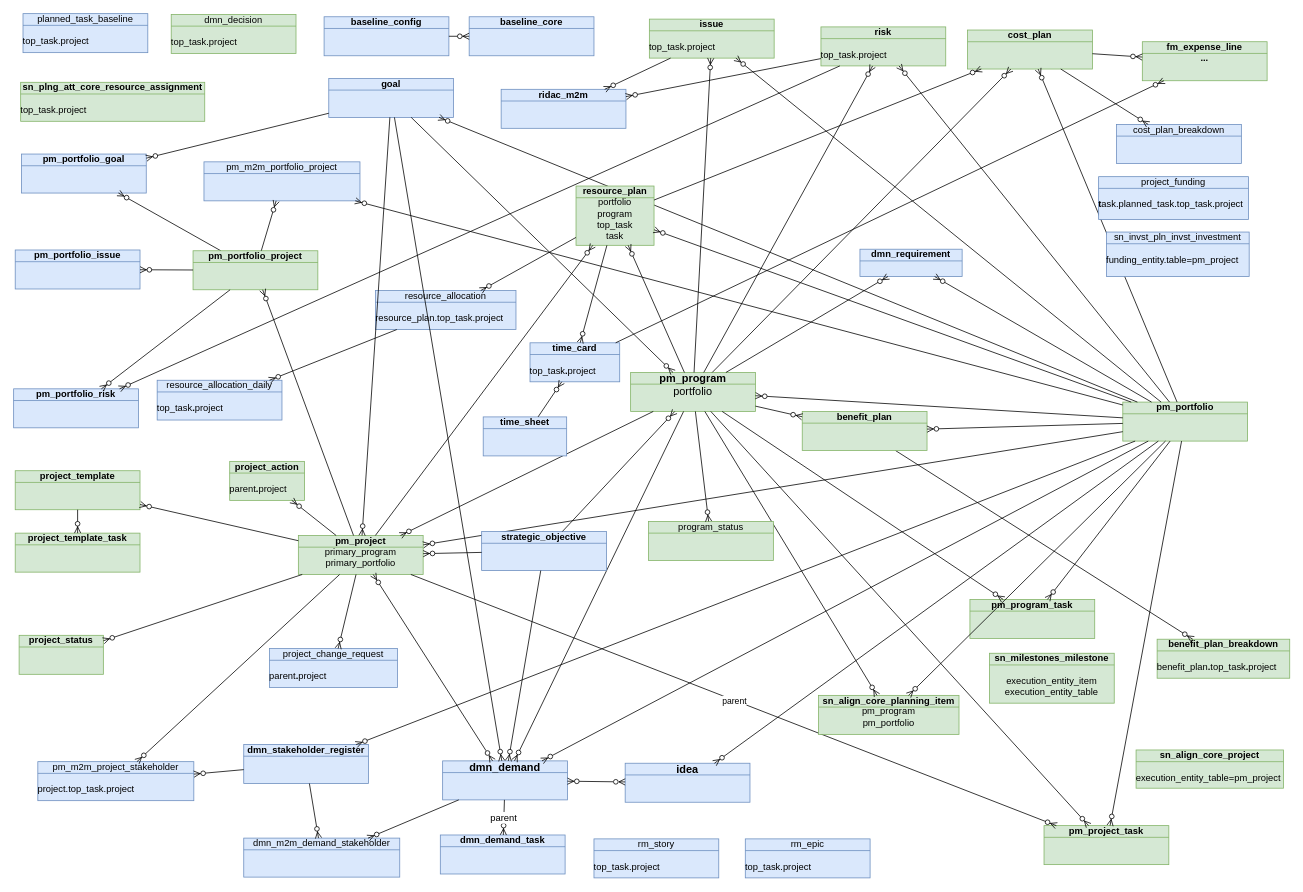
This is page "allTables" (3 of 20) of Sar.drawio from algimas/tmp, a draw.io file, before an edit. Source tidied: cells renumbered, new cells numbered last; positions are measured from the earlier drawing's top-left corner, leaving out a move shared by most shapes. Both pictures are drawn from the tidied source at 78%, with x=0, y=0 at pixel (13, 13).
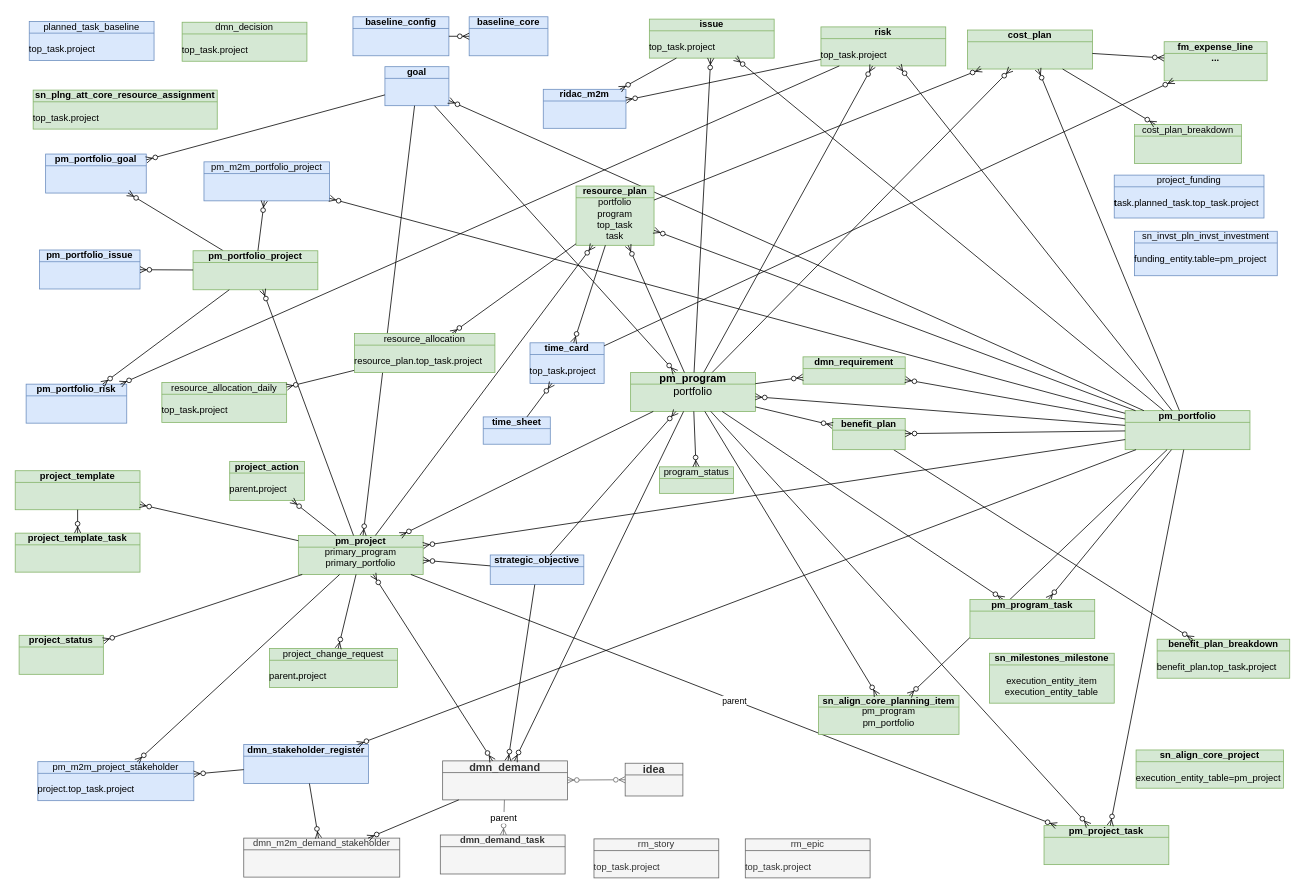
The same page after the edit.

Diff of the diagram source:
```diff
@@
     <mxCell id="2" value="&lt;div&gt;sn_plng_att_core_resource_assignment&lt;/div&gt;&lt;div&gt;&lt;br&gt;&lt;/div&gt;&lt;div align=&quot;left&quot;&gt;&lt;span style=&quot;font-weight: normal;&quot;&gt;top_task.&lt;/span&gt;&lt;span style=&quot;font-weight: normal;&quot;&gt;project&lt;/span&gt;&lt;/div&gt;" style="html=1;whiteSpace=wrap;fillColor=#d5e8d4;shape=mxgraph.archimate3.businessObject;overflow=fill;strokeColor=#82b366;fontStyle=1;" parent="1" vertex="1">
-      <mxGeometry x="9" y="88" width="236" height="50" as="geometry" />
+      <mxGeometry x="25" y="98" width="236" height="50" as="geometry" />
     </mxCell>
@@
-    <mxCell id="5" value="&lt;div&gt;&lt;span style=&quot;font-weight: normal;&quot;&gt;resource_allocation_daily&lt;/span&gt;&lt;/div&gt;&lt;div&gt;&lt;br&gt;&lt;/div&gt;&lt;div align=&quot;left&quot;&gt;&lt;span style=&quot;font-weight: normal;&quot;&gt;top_task&lt;/span&gt;.&lt;span style=&quot;font-weight: normal;&quot;&gt;project&lt;/span&gt;&lt;/div&gt;" style="html=1;outlineConnect=0;whiteSpace=wrap;fillColor=#dae8fc;shape=mxgraph.archimate3.businessObject;overflow=fill;strokeColor=#6c8ebf;fontStyle=1;" parent="1" vertex="1">
-      <mxGeometry x="184" y="470" width="160" height="51" as="geometry" />
+    <mxCell id="5" value="&lt;div&gt;&lt;span style=&quot;font-weight: normal;&quot;&gt;resource_allocation_daily&lt;/span&gt;&lt;/div&gt;&lt;div&gt;&lt;br&gt;&lt;/div&gt;&lt;div align=&quot;left&quot;&gt;&lt;span style=&quot;font-weight: normal;&quot;&gt;top_task&lt;/span&gt;.&lt;span style=&quot;font-weight: normal;&quot;&gt;project&lt;/span&gt;&lt;/div&gt;" style="html=1;outlineConnect=0;whiteSpace=wrap;fillColor=#d5e8d4;shape=mxgraph.archimate3.businessObject;overflow=fill;strokeColor=#82b366;fontStyle=1;" parent="1" vertex="1">
+      <mxGeometry x="190" y="473" width="160" height="51" as="geometry" />
     </mxCell>
-    <mxCell id="6" value="&lt;div&gt;&lt;span style=&quot;font-weight: normal;&quot;&gt;resource_allocation&lt;/span&gt;&lt;/div&gt;&lt;div&gt;&lt;br&gt;&lt;/div&gt;&lt;div align=&quot;left&quot;&gt;&lt;span style=&quot;font-weight: normal;&quot;&gt;resource_plan.top_task.&lt;/span&gt;&lt;span style=&quot;font-weight: normal;&quot;&gt;project&lt;/span&gt;&lt;/div&gt;" style="html=1;outlineConnect=0;whiteSpace=wrap;fillColor=#dae8fc;shape=mxgraph.archimate3.businessObject;overflow=fill;strokeColor=#6c8ebf;fontStyle=1;" parent="1" vertex="1">
-      <mxGeometry x="464" y="355" width="180" height="50" as="geometry" />
-    </mxCell>
     <mxCell id="7" value="pm_portfolio_goal" style="html=1;outlineConnect=0;whiteSpace=wrap;fillColor=#dae8fc;shape=mxgraph.archimate3.businessObject;overflow=fill;strokeColor=#6c8ebf;fontStyle=1;" parent="1" vertex="1">
-      <mxGeometry x="10" y="180" width="160" height="50" as="geometry" />
+      <mxGeometry x="41" y="180" width="129" height="50" as="geometry" />
     </mxCell>
@@
-    <mxCell id="12" value="dmn_demand" style="html=1;outlineConnect=0;whiteSpace=wrap;fillColor=#dae8fc;shape=mxgraph.archimate3.businessObject;overflow=fill;strokeColor=#6c8ebf;fontStyle=1;fontSize=14;" parent="1" vertex="1">
+    <mxCell id="12" value="dmn_demand" style="html=1;outlineConnect=0;whiteSpace=wrap;fillColor=#f5f5f5;shape=mxgraph.archimate3.businessObject;overflow=fill;strokeColor=#666666;fontStyle=1;fontSize=14;fontColor=#333333;" parent="1" vertex="1">
       <mxGeometry x="550" y="958" width="160" height="50" as="geometry" />
     </mxCell>
-    <mxCell id="13" value="pm_program_task" style="html=1;outlineConnect=0;whiteSpace=wrap;fillColor=#d5e8d4;shape=mxgraph.archimate3.businessObject;overflow=fill;strokeColor=#82b366;fontStyle=1;" parent="1" vertex="1">
-      <mxGeometry x="1226" y="751" width="160" height="50" as="geometry" />
-    </mxCell>
     <mxCell id="14" value="&lt;span&gt;pm_portfolio&lt;/span&gt;" style="html=1;outlineConnect=0;whiteSpace=wrap;fillColor=#d5e8d4;shape=mxgraph.archimate3.businessObject;overflow=fill;strokeColor=#82b366;fontStyle=1;" parent="1" vertex="1">
-      <mxGeometry x="1422" y="498" width="160" height="50" as="geometry" />
+      <mxGeometry x="1425" y="509" width="160" height="50" as="geometry" />
     </mxCell>
@@
     <mxCell id="18" value="pm_portfolio_issue" style="html=1;outlineConnect=0;whiteSpace=wrap;fillColor=#dae8fc;shape=mxgraph.archimate3.businessObject;overflow=fill;strokeColor=#6c8ebf;fontStyle=1;" parent="1" vertex="1">
-      <mxGeometry x="2" y="303" width="160" height="50" as="geometry" />
+      <mxGeometry x="33" y="303" width="129" height="50" as="geometry" />
     </mxCell>
@@
-    <mxCell id="23" value="dmn_demand_task" style="html=1;outlineConnect=0;whiteSpace=wrap;fillColor=#dae8fc;shape=mxgraph.archimate3.businessObject;overflow=fill;strokeColor=#6c8ebf;fontStyle=1;" parent="1" vertex="1">
+    <mxCell id="23" value="dmn_demand_task" style="html=1;outlineConnect=0;whiteSpace=wrap;fillColor=#f5f5f5;shape=mxgraph.archimate3.businessObject;overflow=fill;strokeColor=#666666;fontStyle=1;fontColor=#333333;" parent="1" vertex="1">
       <mxGeometry x="547" y="1053" width="160" height="50" as="geometry" />
     </mxCell>
-    <mxCell id="24" value="parent" style="fontSize=12;html=1;endArrow=ERzeroToMany;endFill=1;rounded=0;" parent="1" edge="1" source="12" target="23">
+    <mxCell id="24" value="parent" style="fontSize=12;html=1;endArrow=ERzeroToMany;endFill=1;rounded=0;fillColor=#f5f5f5;strokeColor=#666666;" parent="1" edge="1" source="12" target="23">
       <mxGeometry relative="1" as="geometry" />
     </mxCell>
@@
-    <mxCell id="27" value="idea" style="html=1;outlineConnect=0;whiteSpace=wrap;fillColor=#dae8fc;shape=mxgraph.archimate3.businessObject;overflow=fill;strokeColor=#6c8ebf;fontStyle=1;fontSize=14;" parent="1" vertex="1">
-      <mxGeometry x="784" y="961" width="160" height="50" as="geometry" />
+    <mxCell id="27" value="idea" style="html=1;outlineConnect=0;whiteSpace=wrap;fillColor=#f5f5f5;shape=mxgraph.archimate3.businessObject;overflow=fill;strokeColor=#666666;fontStyle=1;fontSize=14;fontColor=#333333;" parent="1" vertex="1">
+      <mxGeometry x="784" y="961" width="74" height="42" as="geometry" />
     </mxCell>
-    <mxCell id="28" style="fontSize=12;html=1;endArrow=ERzeroToMany;endFill=1;rounded=0;startArrow=ERzeroToMany;startFill=0;" parent="1" edge="1" source="27" target="12">
+    <mxCell id="28" style="fontSize=12;html=1;endArrow=ERzeroToMany;endFill=1;rounded=0;startArrow=ERzeroToMany;startFill=0;fillColor=#f5f5f5;strokeColor=#666666;" parent="1" edge="1" source="27" target="12">
       <mxGeometry relative="1" as="geometry" />
     </mxCell>
@@
     <mxCell id="31" value="pm_portfolio_risk" style="html=1;outlineConnect=0;whiteSpace=wrap;fillColor=#dae8fc;shape=mxgraph.archimate3.businessObject;overflow=fill;strokeColor=#6c8ebf;fontStyle=1;" parent="1" vertex="1">
-      <mxGeometry y="481" width="160" height="50" as="geometry" />
+      <mxGeometry x="16" y="475" width="129" height="50" as="geometry" />
     </mxCell>
@@
-    <mxCell id="38" style="fontSize=12;html=1;endArrow=ERzeroToMany;endFill=1;rounded=0;" parent="1" edge="1" source="14" target="12">
-      <mxGeometry relative="1" as="geometry" />
-    </mxCell>
     <mxCell id="39" value="goal" style="html=1;outlineConnect=0;whiteSpace=wrap;fillColor=#dae8fc;shape=mxgraph.archimate3.businessObject;overflow=fill;strokeColor=#6c8ebf;fontStyle=1;" parent="1" vertex="1">
-      <mxGeometry x="404" y="83" width="160" height="50" as="geometry" />
+      <mxGeometry x="476" y="68" width="82" height="50" as="geometry" />
     </mxCell>
-    <mxCell id="40" style="fontSize=12;html=1;endArrow=ERzeroToMany;endFill=1;rounded=0;" parent="1" edge="1" source="39" target="12">
-      <mxGeometry relative="1" as="geometry" />
-    </mxCell>
@@
-    <mxCell id="45" style="fontSize=12;html=1;endArrow=ERzeroToMany;endFill=1;rounded=0;" parent="1" edge="1" source="14" target="27">
-      <mxGeometry relative="1" as="geometry" />
-    </mxCell>
@@
-    <mxCell id="58" value="dmn_m2m_demand_stakeholder" style="html=1;outlineConnect=0;whiteSpace=wrap;fillColor=#dae8fc;shape=mxgraph.archimate3.businessObject;overflow=fill;strokeColor=#6c8ebf;" parent="1" vertex="1">
+    <mxCell id="58" value="dmn_m2m_demand_stakeholder" style="html=1;outlineConnect=0;whiteSpace=wrap;fillColor=#f5f5f5;shape=mxgraph.archimate3.businessObject;overflow=fill;strokeColor=#666666;fontColor=#333333;" parent="1" vertex="1">
       <mxGeometry x="295" y="1057" width="200" height="50" as="geometry" />
     </mxCell>
@@
     <mxCell id="67" value="pm_m2m_portfolio_project" style="html=1;outlineConnect=0;whiteSpace=wrap;fillColor=#dae8fc;shape=mxgraph.archimate3.businessObject;overflow=fill;strokeColor=#6c8ebf;" parent="1" vertex="1">
-      <mxGeometry x="244" y="190" width="200" height="50" as="geometry" />
+      <mxGeometry x="244" y="190" width="161" height="50" as="geometry" />
     </mxCell>
@@
     <mxCell id="71" value="ridac_m2m" style="html=1;outlineConnect=0;whiteSpace=wrap;fillColor=#dae8fc;shape=mxgraph.archimate3.businessObject;overflow=fill;strokeColor=#6c8ebf;fontStyle=1;" parent="1" vertex="1">
-      <mxGeometry x="625" y="97" width="160" height="50" as="geometry" />
+      <mxGeometry x="679" y="97" width="106" height="50" as="geometry" />
     </mxCell>
@@
     <mxCell id="74" value="&lt;div&gt;fm_expense_line&lt;/div&gt;&lt;div&gt;...&lt;/div&gt;" style="html=1;outlineConnect=0;whiteSpace=wrap;fillColor=#d5e8d4;shape=mxgraph.archimate3.businessObject;overflow=fill;strokeColor=#82b366;fontStyle=1;" parent="1" vertex="1">
-      <mxGeometry x="1447" y="36" width="160" height="50" as="geometry" />
+      <mxGeometry x="1475" y="36" width="132" height="50" as="geometry" />
     </mxCell>
-    <mxCell id="75" value="cost_plan_breakdown" style="html=1;outlineConnect=0;whiteSpace=wrap;fillColor=#dae8fc;shape=mxgraph.archimate3.businessObject;overflow=fill;strokeColor=#6c8ebf;" parent="1" vertex="1">
-      <mxGeometry x="1414" y="142" width="160" height="50" as="geometry" />
+    <mxCell id="75" value="cost_plan_breakdown" style="html=1;outlineConnect=0;whiteSpace=wrap;fillColor=#d5e8d4;shape=mxgraph.archimate3.businessObject;overflow=fill;strokeColor=#82b366;" parent="1" vertex="1">
+      <mxGeometry x="1437" y="142" width="137" height="50" as="geometry" />
     </mxCell>
@@
-    <mxCell id="78" value="dmn_requirement" style="html=1;outlineConnect=0;whiteSpace=wrap;fillColor=#dae8fc;shape=mxgraph.archimate3.businessObject;overflow=fill;strokeColor=#6c8ebf;fontStyle=1;" parent="1" vertex="1">
-      <mxGeometry x="1085" y="302" width="131" height="35" as="geometry" />
+    <mxCell id="78" value="dmn_requirement" style="html=1;outlineConnect=0;whiteSpace=wrap;fillColor=#d5e8d4;shape=mxgraph.archimate3.businessObject;overflow=fill;strokeColor=#82b366;fontStyle=1;" parent="1" vertex="1">
+      <mxGeometry x="1012" y="440" width="131" height="35" as="geometry" />
     </mxCell>
@@
     <mxCell id="86" value="&lt;div&gt;time_card&lt;/div&gt;&lt;div&gt;&lt;br&gt;&lt;/div&gt;&lt;div&gt;&lt;div align=&quot;left&quot;&gt;&lt;span style=&quot;font-weight: normal;&quot;&gt;top_task&lt;/span&gt;.&lt;span style=&quot;font-weight: normal;&quot;&gt;project&lt;/span&gt;&lt;/div&gt;&lt;br&gt;&lt;/div&gt;" style="html=1;outlineConnect=0;whiteSpace=wrap;fillColor=#dae8fc;shape=mxgraph.archimate3.businessObject;overflow=fill;strokeColor=#6c8ebf;fontStyle=1;" parent="1" vertex="1">
-      <mxGeometry x="662" y="422" width="115" height="50" as="geometry" />
+      <mxGeometry x="662" y="422" width="95" height="52" as="geometry" />
     </mxCell>
@@
     <mxCell id="91" value="time_sheet" style="html=1;outlineConnect=0;whiteSpace=wrap;fillColor=#dae8fc;shape=mxgraph.archimate3.businessObject;overflow=fill;strokeColor=#6c8ebf;fontStyle=1;" parent="1" vertex="1">
-      <mxGeometry x="602" y="517" width="107" height="50" as="geometry" />
+      <mxGeometry x="602" y="517" width="86" height="35" as="geometry" />
     </mxCell>
@@
     <mxCell id="93" value="benefit_plan" style="html=1;outlineConnect=0;whiteSpace=wrap;fillColor=#d5e8d4;shape=mxgraph.archimate3.businessObject;overflow=fill;strokeColor=#82b366;fontStyle=1;" parent="1" vertex="1">
-      <mxGeometry x="1011" y="510" width="160" height="50" as="geometry" />
+      <mxGeometry x="1050" y="519" width="93" height="40" as="geometry" />
     </mxCell>
@@
     <mxCell id="96" value="baseline_core" style="html=1;outlineConnect=0;whiteSpace=wrap;fillColor=#dae8fc;shape=mxgraph.archimate3.businessObject;overflow=fill;strokeColor=#6c8ebf;fontStyle=1;" parent="1" vertex="1">
-      <mxGeometry x="584" y="4" width="160" height="50" as="geometry" />
+      <mxGeometry x="584" y="4" width="101" height="50" as="geometry" />
     </mxCell>
     <mxCell id="97" value="baseline_config" style="html=1;outlineConnect=0;whiteSpace=wrap;fillColor=#dae8fc;shape=mxgraph.archimate3.businessObject;overflow=fill;strokeColor=#6c8ebf;fontStyle=1;" parent="1" vertex="1">
-      <mxGeometry x="398" y="4" width="160" height="50" as="geometry" />
+      <mxGeometry x="435" y="4" width="123" height="50" as="geometry" />
     </mxCell>
@@
     <mxCell id="99" value="strategic_objective" style="html=1;outlineConnect=0;whiteSpace=wrap;fillColor=#dae8fc;shape=mxgraph.archimate3.businessObject;overflow=fill;strokeColor=#6c8ebf;fontStyle=1;" parent="1" vertex="1">
-      <mxGeometry x="600" y="664" width="160" height="50" as="geometry" />
+      <mxGeometry x="611" y="694" width="120" height="38" as="geometry" />
     </mxCell>
@@
     <mxCell id="103" value="program_status" style="html=1;outlineConnect=0;whiteSpace=wrap;fillColor=#d5e8d4;shape=mxgraph.archimate3.businessObject;overflow=fill;strokeColor=#82b366;fontStyle=0;" parent="1" vertex="1">
-      <mxGeometry x="814" y="651" width="160" height="50" as="geometry" />
+      <mxGeometry x="828" y="581" width="95" height="34" as="geometry" />
     </mxCell>
@@
     <mxCell id="105" value="&lt;div&gt;&lt;span style=&quot;font-weight: normal;&quot;&gt;planned_task_baseline&lt;/span&gt;&lt;/div&gt;&lt;div&gt;&lt;br&gt;&lt;/div&gt;&lt;div align=&quot;left&quot;&gt;&lt;span style=&quot;font-weight: normal;&quot;&gt;top_task.project&lt;/span&gt;&lt;/div&gt;" style="html=1;whiteSpace=wrap;fillColor=#dae8fc;shape=mxgraph.archimate3.businessObject;overflow=fill;strokeColor=#6c8ebf;fontStyle=1;" parent="1" vertex="1">
-      <mxGeometry x="12" width="160" height="50" as="geometry" />
+      <mxGeometry x="20" y="10" width="160" height="50" as="geometry" />
     </mxCell>
     <mxCell id="106" value="&lt;div&gt;&lt;span style=&quot;font-weight: normal;&quot;&gt;dmn_decision&lt;/span&gt;&lt;/div&gt;&lt;div&gt;&lt;br&gt;&lt;/div&gt;&lt;div align=&quot;left&quot;&gt;&lt;span style=&quot;font-weight: normal;&quot;&gt;top_task.project&lt;/span&gt;&lt;/div&gt;" style="html=1;whiteSpace=wrap;fillColor=#d5e8d4;shape=mxgraph.archimate3.businessObject;overflow=fill;strokeColor=#82b366;fontStyle=1;" parent="1" vertex="1">
-      <mxGeometry x="202" y="1" width="160" height="50" as="geometry" />
+      <mxGeometry x="216" y="11" width="160" height="50" as="geometry" />
     </mxCell>
-    <mxCell id="107" value="&lt;div&gt;&lt;span style=&quot;font-weight: normal;&quot;&gt;rm_story&lt;/span&gt;&lt;/div&gt;&lt;div&gt;&lt;br&gt;&lt;/div&gt;&lt;div align=&quot;left&quot;&gt;&lt;span style=&quot;font-weight: normal;&quot;&gt;top_task.&lt;/span&gt;&lt;span style=&quot;font-weight: normal;&quot;&gt;project&lt;/span&gt;&lt;/div&gt;" style="html=1;whiteSpace=wrap;fillColor=#dae8fc;shape=mxgraph.archimate3.businessObject;overflow=fill;strokeColor=#6c8ebf;fontStyle=1;shadow=0;" parent="1" vertex="1">
+    <mxCell id="107" value="&lt;div&gt;&lt;span style=&quot;font-weight: normal;&quot;&gt;rm_story&lt;/span&gt;&lt;/div&gt;&lt;div&gt;&lt;br&gt;&lt;/div&gt;&lt;div align=&quot;left&quot;&gt;&lt;span style=&quot;font-weight: normal;&quot;&gt;top_task.&lt;/span&gt;&lt;span style=&quot;font-weight: normal;&quot;&gt;project&lt;/span&gt;&lt;/div&gt;" style="html=1;whiteSpace=wrap;fillColor=#f5f5f5;shape=mxgraph.archimate3.businessObject;overflow=fill;strokeColor=#666666;fontStyle=1;shadow=0;fontColor=#333333;" parent="1" vertex="1">
       <mxGeometry x="744" y="1058" width="160" height="50" as="geometry" />
     </mxCell>
-    <mxCell id="108" value="&lt;div&gt;&lt;span style=&quot;font-weight: normal;&quot;&gt;rm_epic&lt;/span&gt;&lt;/div&gt;&lt;div&gt;&lt;br&gt;&lt;/div&gt;&lt;div align=&quot;left&quot;&gt;&lt;span style=&quot;font-weight: normal;&quot;&gt;top_task.&lt;/span&gt;&lt;span style=&quot;font-weight: normal;&quot;&gt;project&lt;/span&gt;&lt;/div&gt;" style="html=1;whiteSpace=wrap;fillColor=#dae8fc;shape=mxgraph.archimate3.businessObject;overflow=fill;strokeColor=#6c8ebf;fontStyle=1;shadow=0;" parent="1" vertex="1">
+    <mxCell id="108" value="&lt;div&gt;&lt;span style=&quot;font-weight: normal;&quot;&gt;rm_epic&lt;/span&gt;&lt;/div&gt;&lt;div&gt;&lt;br&gt;&lt;/div&gt;&lt;div align=&quot;left&quot;&gt;&lt;span style=&quot;font-weight: normal;&quot;&gt;top_task.&lt;/span&gt;&lt;span style=&quot;font-weight: normal;&quot;&gt;project&lt;/span&gt;&lt;/div&gt;" style="html=1;whiteSpace=wrap;fillColor=#f5f5f5;shape=mxgraph.archimate3.businessObject;overflow=fill;strokeColor=#666666;fontStyle=1;shadow=0;fontColor=#333333;" parent="1" vertex="1">
       <mxGeometry x="938" y="1058" width="160" height="50" as="geometry" />
     </mxCell>
@@
-    <mxCell id="111" value="&lt;div&gt;&lt;span style=&quot;font-weight: normal;&quot;&gt;project_change_request&lt;/span&gt;&lt;/div&gt;&lt;div&gt;&lt;br&gt;&lt;/div&gt;&lt;div align=&quot;left&quot;&gt;&lt;span style=&quot;font-weight: normal;&quot;&gt;parent&lt;/span&gt;.&lt;span style=&quot;font-weight: normal;&quot;&gt;project&lt;/span&gt;&lt;/div&gt;" style="html=1;outlineConnect=0;whiteSpace=wrap;fillColor=#dae8fc;shape=mxgraph.archimate3.businessObject;overflow=fill;strokeColor=#6c8ebf;fontStyle=1;" parent="1" vertex="1">
+    <mxCell id="111" value="&lt;div&gt;&lt;span style=&quot;font-weight: normal;&quot;&gt;project_change_request&lt;/span&gt;&lt;/div&gt;&lt;div&gt;&lt;br&gt;&lt;/div&gt;&lt;div align=&quot;left&quot;&gt;&lt;span style=&quot;font-weight: normal;&quot;&gt;parent&lt;/span&gt;.&lt;span style=&quot;font-weight: normal;&quot;&gt;project&lt;/span&gt;&lt;/div&gt;" style="html=1;outlineConnect=0;whiteSpace=wrap;fillColor=#d5e8d4;shape=mxgraph.archimate3.businessObject;overflow=fill;strokeColor=#82b366;fontStyle=1;" parent="1" vertex="1">
       <mxGeometry x="328" y="814" width="164" height="50" as="geometry" />
     </mxCell>
@@
     <mxCell id="115" value="&lt;div&gt;&lt;span style=&quot;font-weight: normal;&quot;&gt;sn_invst_pln_invst_investment&lt;/span&gt;&lt;/div&gt;&lt;div&gt;&lt;br&gt;&lt;/div&gt;&lt;div align=&quot;left&quot;&gt;&lt;span aria-label=&quot;Columns Section&quot; aria-hidden=&quot;false&quot; role=&quot;tabpanel&quot; style=&quot;display: block;&quot; id=&quot;section_tab.057f7a12bf7021007de108f7ff073947&quot; class=&quot;tabs2_section tabs2_section_1 tabs2_section1 tab_section&quot;&gt;&lt;span class=&quot;section&quot; id=&quot;section-057f7a12bf7021007de108f7ff073947&quot;&gt;&lt;span class=&quot;list_span_related embedded -tab-body&quot;&gt;&lt;span style=&quot;font-weight: normal;&quot;&gt;funding_entity.table=pm_project&lt;/span&gt;&lt;/span&gt;&lt;/span&gt;&lt;/span&gt;&lt;/div&gt;" style="html=1;whiteSpace=wrap;fillColor=#dae8fc;shape=mxgraph.archimate3.businessObject;overflow=fill;strokeColor=#6c8ebf;fontStyle=1;" parent="1" vertex="1">
-      <mxGeometry x="1401" y="280" width="183" height="57" as="geometry" />
+      <mxGeometry x="1437" y="279" width="183" height="57" as="geometry" />
     </mxCell>
@@
     <mxCell id="117" value="&lt;div&gt;&lt;span style=&quot;font-weight: normal;&quot;&gt;project_funding&lt;/span&gt;&lt;/div&gt;&lt;div&gt;&lt;br&gt;&lt;/div&gt;&lt;div align=&quot;left&quot;&gt;t&lt;span style=&quot;font-weight: normal;&quot;&gt;ask.planned_task.top_task.project&lt;/span&gt;&lt;/div&gt;" style="html=1;whiteSpace=wrap;fillColor=#dae8fc;shape=mxgraph.archimate3.businessObject;overflow=fill;strokeColor=#6c8ebf;fontStyle=1;" parent="1" vertex="1">
-      <mxGeometry x="1391" y="209" width="192" height="55" as="geometry" />
+      <mxGeometry x="1411" y="207" width="192" height="55" as="geometry" />
     </mxCell>
@@
+    <mxCell id="6" value="&lt;div&gt;&lt;span style=&quot;font-weight: normal;&quot;&gt;resource_allocation&lt;/span&gt;&lt;/div&gt;&lt;div&gt;&lt;br&gt;&lt;/div&gt;&lt;div align=&quot;left&quot;&gt;&lt;span style=&quot;font-weight: normal;&quot;&gt;resource_plan.top_task.&lt;/span&gt;&lt;span style=&quot;font-weight: normal;&quot;&gt;project&lt;/span&gt;&lt;/div&gt;" style="html=1;outlineConnect=0;whiteSpace=wrap;fillColor=#d5e8d4;shape=mxgraph.archimate3.businessObject;overflow=fill;strokeColor=#82b366;fontStyle=1;" parent="1" vertex="1">
+      <mxGeometry x="437" y="410" width="180" height="50" as="geometry" />
+    </mxCell>
+    <mxCell id="13" value="pm_program_task" style="html=1;outlineConnect=0;whiteSpace=wrap;fillColor=#d5e8d4;shape=mxgraph.archimate3.businessObject;overflow=fill;strokeColor=#82b366;fontStyle=1;" parent="1" vertex="1">
+      <mxGeometry x="1226" y="751" width="160" height="50" as="geometry" />
+    </mxCell>
```
